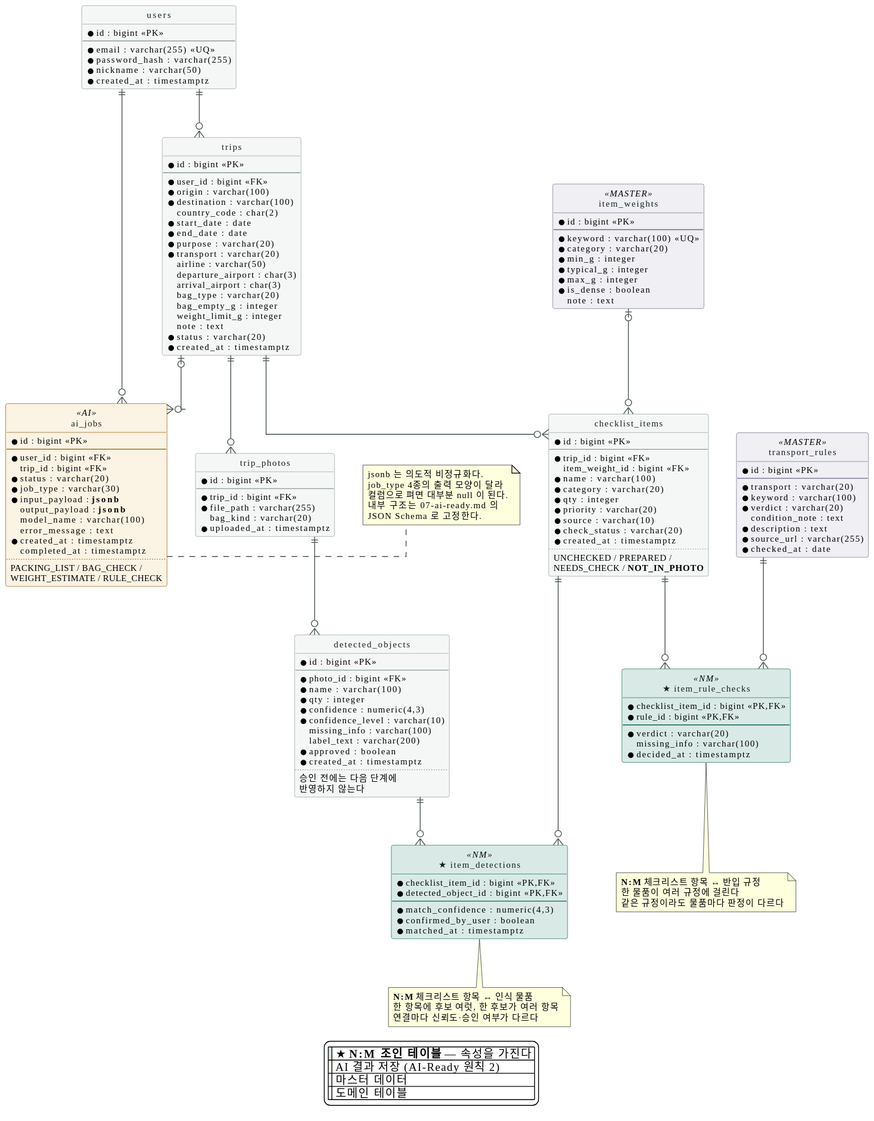
The PlantUML diagram docs/images/05-erd.svg in SangMyeong5426/skala-mini-ai-web-service, before a commit. The source it was exported from:
```plantuml
@startuml

hide circle
skinparam backgroundColor #FFFFFF
skinparam shadowing false
skinparam defaultFontName "Apple SD Gothic Neo"
skinparam defaultFontSize 11
skinparam linetype ortho
skinparam ArrowColor #46524E

skinparam class {
  BackgroundColor #F5F7F6
  BorderColor #8A9A94
  FontColor #14201C
  BackgroundColor<<NM>> #D9EAE6
  BorderColor<<NM>> #0D6455
  BackgroundColor<<AI>> #FBF3E4
  BorderColor<<AI>> #8D5606
  BackgroundColor<<MASTER>> #EFEFF4
  BorderColor<<MASTER>> #6B6B84
}

entity "users" as users {
  * id : bigint <<PK>>
  --
  * email : varchar(255) <<UQ>>
  * password_hash : varchar(255)
  * nickname : varchar(50)
  * created_at : timestamptz
}

entity "trips" as trips {
  * id : bigint <<PK>>
  --
  * user_id : bigint <<FK>>
  * origin : varchar(100)
  * destination : varchar(100)
  country_code : char(2)
  * start_date : date
  * end_date : date
  * purpose : varchar(20)
  * transport : varchar(20)
  airline : varchar(50)
  departure_airport : char(3)
  arrival_airport : char(3)
  bag_type : varchar(20)
  bag_empty_g : integer
  weight_limit_g : integer
  note : text
  * status : varchar(20)
  * created_at : timestamptz
}

entity "checklist_items" as items {
  * id : bigint <<PK>>
  --
  * trip_id : bigint <<FK>>
  item_weight_id : bigint <<FK>>
  * name : varchar(100)
  * category : varchar(20)
  * qty : integer
  * priority : varchar(20)
  * source : varchar(10)
  * check_status : varchar(20)
  * created_at : timestamptz
  ..
  UNCHECKED / PREPARED /
  NEEDS_CHECK / **NOT_IN_PHOTO**
}

entity "trip_photos" as photos {
  * id : bigint <<PK>>
  --
  * trip_id : bigint <<FK>>
  * file_path : varchar(255)
  bag_kind : varchar(20)
  * uploaded_at : timestamptz
}

entity "detected_objects" as detected {
  * id : bigint <<PK>>
  --
  * photo_id : bigint <<FK>>
  * name : varchar(100)
  * qty : integer
  * confidence : numeric(4,3)
  * confidence_level : varchar(10)
  missing_info : varchar(100)
  label_text : varchar(200)
  * approved : boolean
  * created_at : timestamptz
  ..
  승인 전에는 다음 단계에
  반영하지 않는다
}

entity "★ item_detections" as idt <<NM>> {
  * checklist_item_id : bigint <<PK,FK>>
  * detected_object_id : bigint <<PK,FK>>
  --
  * match_confidence : numeric(4,3)
  * confirmed_by_user : boolean
  * matched_at : timestamptz
}

entity "★ item_rule_checks" as irc <<NM>> {
  * checklist_item_id : bigint <<PK,FK>>
  * rule_id : bigint <<PK,FK>>
  --
  * verdict : varchar(20)
  missing_info : varchar(100)
  * decided_at : timestamptz
}

entity "transport_rules" as rules <<MASTER>> {
  * id : bigint <<PK>>
  --
  * transport : varchar(20)
  * keyword : varchar(100)
  * verdict : varchar(20)
  condition_note : text
  * description : text
  * source_url : varchar(255)
  * checked_at : date
}

entity "item_weights" as weights <<MASTER>> {
  * id : bigint <<PK>>
  --
  * keyword : varchar(100) <<UQ>>
  * category : varchar(20)
  * min_g : integer
  * typical_g : integer
  * max_g : integer
  * is_dense : boolean
  note : text
}

entity "ai_jobs" as jobs <<AI>> {
  * id : bigint <<PK>>
  --
  * user_id : bigint <<FK>>
  trip_id : bigint <<FK>>
  * status : varchar(20)
  * job_type : varchar(30)
  * input_payload : **jsonb**
  output_payload : **jsonb**
  model_name : varchar(100)
  error_message : text
  * created_at : timestamptz
  completed_at : timestamptz
  ..
  PACKING_LIST / BAG_CHECK /
  WEIGHT_ESTIMATE / RULE_CHECK
}

users    ||--o{ trips
users    ||--o{ jobs
trips    ||--o{ items
trips    ||--o{ photos
trips    |o--o{ jobs
photos   ||--o{ detected
weights  |o--o{ items

items    ||--o{ idt
detected ||--o{ idt
items    ||--o{ irc
rules    ||--o{ irc

note bottom of idt
  **N:M** 체크리스트 항목 ↔ 인식 물품
  한 항목에 후보 여럿, 한 후보가 여러 항목
  연결마다 신뢰도·승인 여부가 다르다
end note

note bottom of irc
  **N:M** 체크리스트 항목 ↔ 반입 규정
  한 물품이 여러 규정에 걸린다
  같은 규정이라도 물품마다 판정이 다르다
end note

note right of jobs
  jsonb 는 의도적 비정규화다.
  job_type 4종의 출력 모양이 달라
  컬럼으로 펴면 대부분 null 이 된다.
  내부 구조는 07-ai-ready.md 의
  JSON Schema 로 고정한다.
end note

legend bottom
  |<#D9EAE6>| ★ **N:M 조인 테이블** — 속성을 가진다 |
  |<#FBF3E4>| AI 결과 저장 (AI-Ready 원칙 2) |
  |<#EFEFF4>| 마스터 데이터 |
  |<#F5F7F6>| 도메인 테이블 |
endlegend
@enduml
```
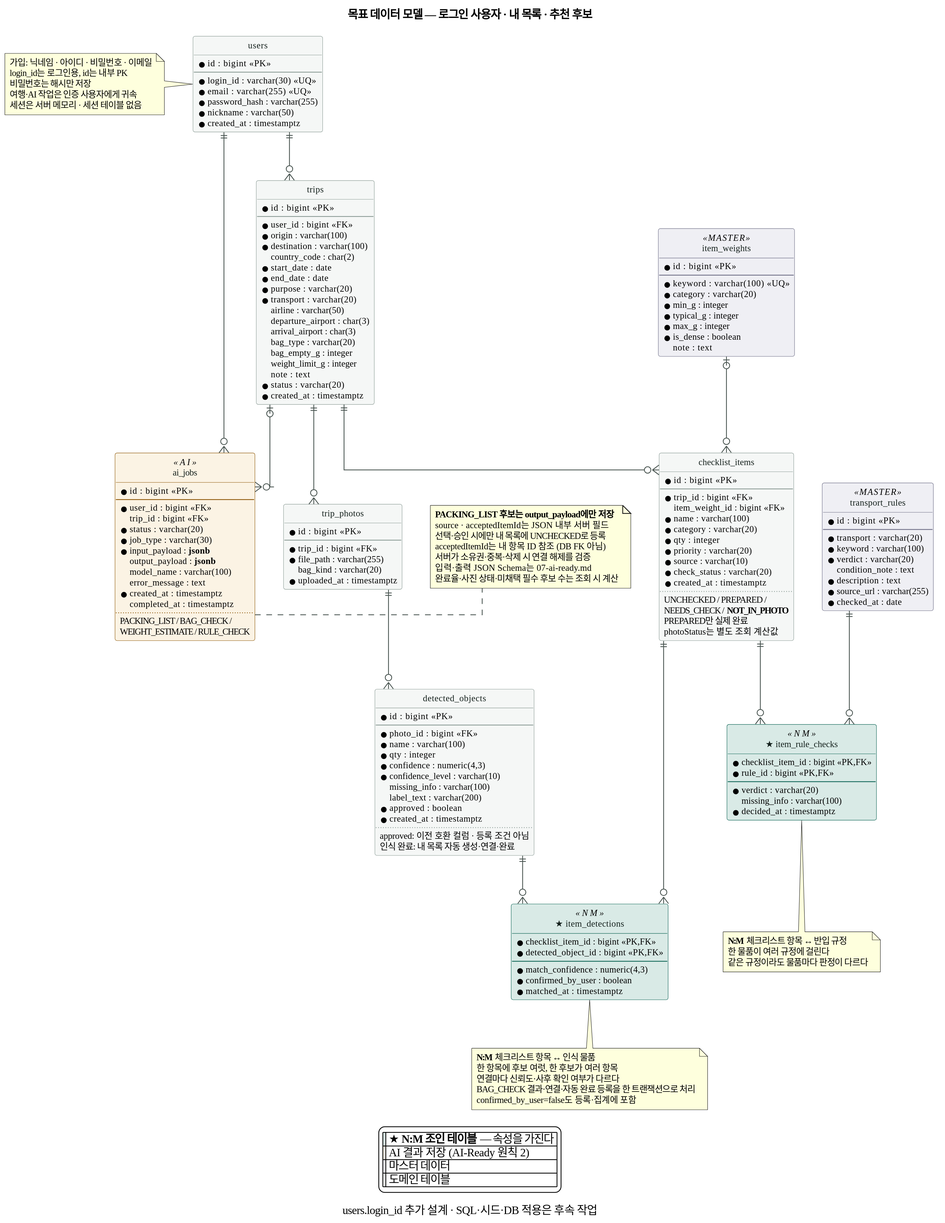
The same file after the commit.

Diff of the diagram source:
```diff
@@ -2,11 +2,14 @@
 
 hide circle
 skinparam backgroundColor #FFFFFF
+skinparam dpi 160
 skinparam shadowing false
 skinparam defaultFontName "Apple SD Gothic Neo"
 skinparam defaultFontSize 11
 skinparam linetype ortho
 skinparam ArrowColor #46524E
+title 목표 데이터 모델 — 로그인 사용자 · 내 목록 · 추천 후보
+caption users.login_id 추가 설계 · SQL·시드·DB 적용은 후속 작업
 
 skinparam class {
   BackgroundColor #F5F7F6
@@ -23,11 +26,20 @@
 entity "users" as users {
   * id : bigint <<PK>>
   --
+  * login_id : varchar(30) <<UQ>>
   * email : varchar(255) <<UQ>>
   * password_hash : varchar(255)
   * nickname : varchar(50)
   * created_at : timestamptz
 }
+
+note left of users
+  가입: 닉네임 · 아이디 · 비밀번호 · 이메일
+  login_id는 로그인용, id는 내부 PK
+  비밀번호는 해시만 저장
+  여행·AI 작업은 인증 사용자에게 귀속
+  세션은 서버 메모리 · 세션 테이블 없음
+end note
 
 entity "trips" as trips {
   * id : bigint <<PK>>
@@ -66,6 +78,8 @@
   ..
   UNCHECKED / PREPARED /
   NEEDS_CHECK / **NOT_IN_PHOTO**
+  PREPARED만 실제 완료
+  photoStatus는 별도 조회 계산값
 }
 
 entity "trip_photos" as photos {
@@ -90,8 +104,8 @@
   * approved : boolean
   * created_at : timestamptz
   ..
-  승인 전에는 다음 단계에
-  반영하지 않는다
+  approved: 이전 호환 컬럼 · 등록 조건 아님
+  인식 완료: 내 목록 자동 생성·연결·완료
 }
 
 entity "★ item_detections" as idt <<NM>> {
@@ -170,7 +184,9 @@
 note bottom of idt
   **N:M** 체크리스트 항목 ↔ 인식 물품
   한 항목에 후보 여럿, 한 후보가 여러 항목
-  연결마다 신뢰도·승인 여부가 다르다
+  연결마다 신뢰도·사후 확인 여부가 다르다
+  BAG_CHECK 결과·연결·자동 완료 등록을 한 트랜잭션으로 처리
+  confirmed_by_user=false도 등록·집계에 포함
 end note
 
 note bottom of irc
@@ -180,11 +196,13 @@
 end note
 
 note right of jobs
-  jsonb 는 의도적 비정규화다.
-  job_type 4종의 출력 모양이 달라
-  컬럼으로 펴면 대부분 null 이 된다.
-  내부 구조는 07-ai-ready.md 의
-  JSON Schema 로 고정한다.
+  **PACKING_LIST 후보는 output_payload에만 저장**
+  source · acceptedItemId는 JSON 내부 서버 필드
+  선택·승인 시에만 내 목록에 UNCHECKED로 등록
+  acceptedItemId는 내 항목 ID 참조 (DB FK 아님)
+  서버가 소유권·중복·삭제 시 연결 해제를 검증
+  입력·출력 JSON Schema는 07-ai-ready.md
+  완료율·사진 상태·미채택 필수 후보 수는 조회 시 계산
 end note
 
 legend bottom
```
